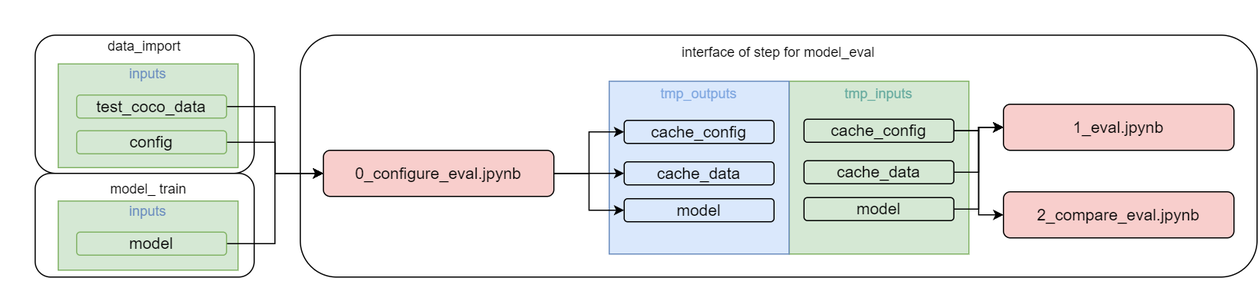
Earlier version of the draw.io export imgs/model_eval_interface.drawio.png (4-DS/obj_detect_rest-model_eval). Source tidied: cells renumbered, new cells last; positions are measured from the earlier drawing's top-left corner, leaving out a move shared by most shapes.
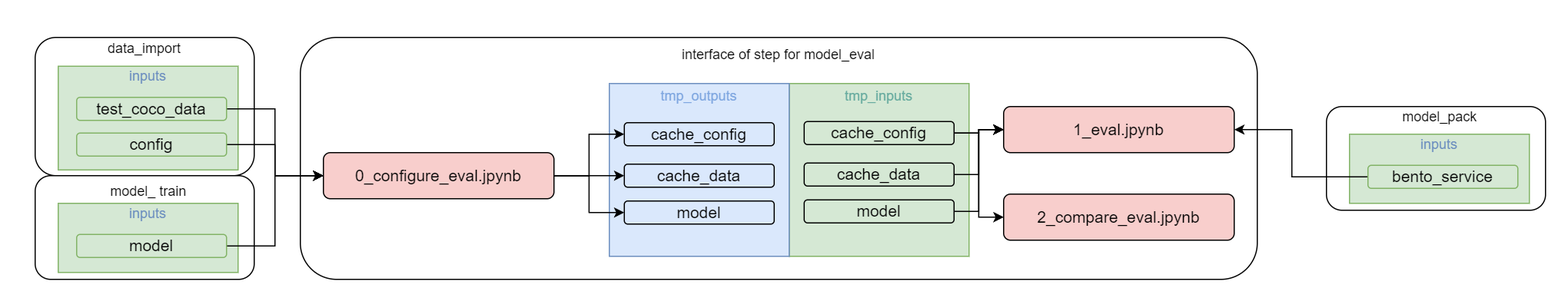
After the change.

Commit message:
add inputs from model_pack to imgs

Change to the diagram source:
```diff
@@ -3,7 +3,7 @@
     <mxCell id="0" />
     <mxCell id="1" parent="0" />
     <mxCell id="2" style="rounded=1;whiteSpace=wrap;html=1;strokeColor=none;" parent="1" vertex="1">
-      <mxGeometry width="880" height="250" as="geometry" />
+      <mxGeometry y="-2" width="1360" height="250" as="geometry" />
     </mxCell>
     <mxCell id="3" style="rounded=1;whiteSpace=wrap;html=1;" parent="1" vertex="1">
       <mxGeometry x="30" y="30" width="190" height="120" as="geometry" />
@@ -101,5 +101,25 @@
     <mxCell id="34" value="model_ train" style="text;html=1;strokeColor=none;fillColor=none;align=center;verticalAlign=middle;whiteSpace=wrap;rounded=0;" parent="1" vertex="1">
       <mxGeometry x="83.5" y="149" width="89" height="30" as="geometry" />
     </mxCell>
+    <mxCell id="35" style="rounded=1;whiteSpace=wrap;html=1;" parent="1" vertex="1">
+      <mxGeometry x="1150" y="90" width="190" height="90" as="geometry" />
+    </mxCell>
+    <mxCell id="36" value="&lt;font style=&quot;font-size: 12px;&quot;&gt;&lt;font color=&quot;#6c8ebf&quot;&gt;&lt;font style=&quot;font-size: 12px;&quot;&gt;inputs&lt;/font&gt;&lt;br&gt;&lt;br&gt;&lt;/font&gt;&lt;br&gt;&lt;br&gt;&lt;/font&gt;" style="rounded=0;whiteSpace=wrap;html=1;fillColor=#d5e8d4;strokeColor=#82b366;" parent="1" vertex="1">
+      <mxGeometry x="1170" y="114" width="156" height="60" as="geometry" />
+    </mxCell>
+    <mxCell id="37" style="edgeStyle=orthogonalEdgeStyle;rounded=0;jettySize=auto;html=1;entryX=1;entryY=0.5;entryDx=0;entryDy=0;" parent="1" edge="1" source="38" target="7">
+      <mxGeometry relative="1" as="geometry">
+        <Array as="points">
+          <mxPoint x="1120" y="151" />
+          <mxPoint x="1120" y="110" />
+        </Array>
+      </mxGeometry>
+    </mxCell>
+    <mxCell id="38" value="&lt;font style=&quot;font-size: 14px;&quot;&gt;bento_service&lt;/font&gt;" style="rounded=1;whiteSpace=wrap;html=1;fillColor=#d5e8d4;strokeColor=#82b366;strokeWidth=1;" parent="1" vertex="1">
+      <mxGeometry x="1186" y="141" width="130" height="20" as="geometry" />
+    </mxCell>
+    <mxCell id="39" value="model_pack" style="text;html=1;strokeColor=none;fillColor=none;align=center;verticalAlign=middle;whiteSpace=wrap;rounded=0;" parent="1" vertex="1">
+      <mxGeometry x="1203.5" y="84" width="89" height="30" as="geometry" />
+    </mxCell>
   </root>
 </mxGraphModel>
```
